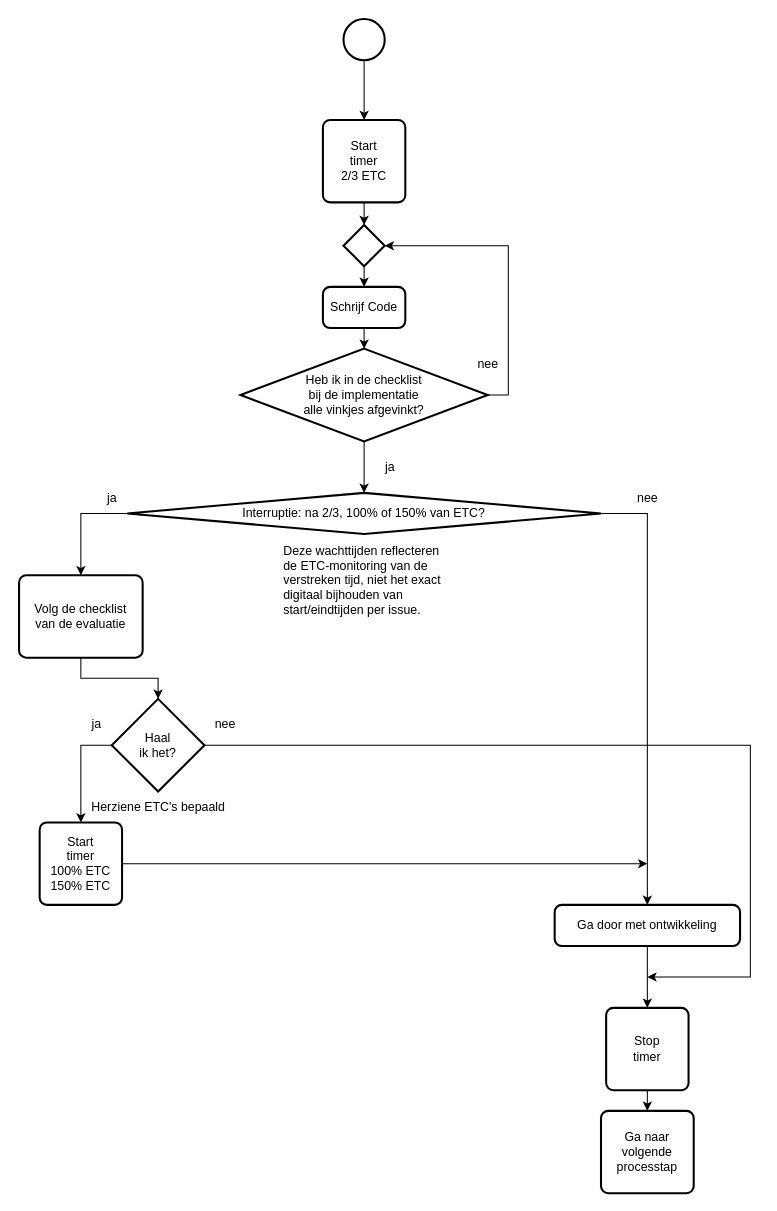
Zaibatsu89/IssueTracker keeps this draw.io diagram as 4 Issue Tracker implementatie.drawio. Above is the earlier version. Source tidied: cells renumbered, new cells numbered last; positions are measured from the earlier drawing's top-left corner, leaving out a move shared by most shapes. Both pictures are drawn from the tidied source at 103%, with x=0, y=0 at pixel (19, 19).
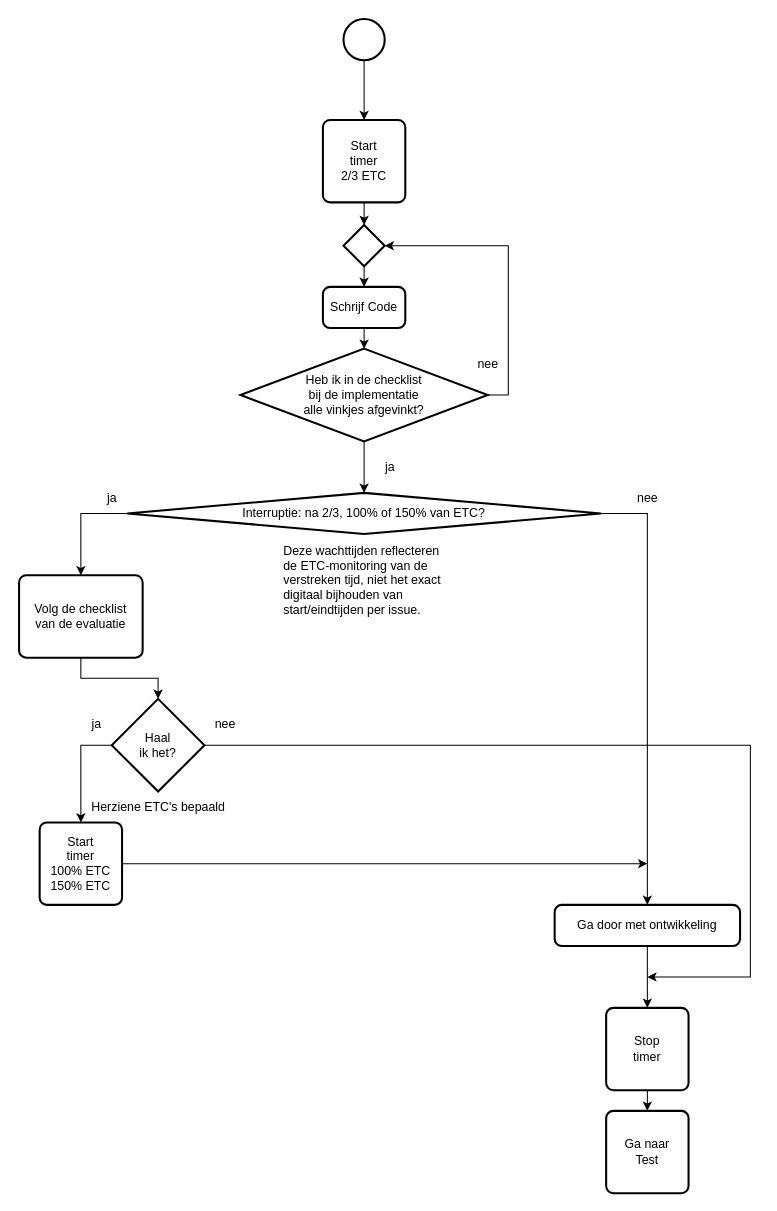
After the change.

Commit message (it also covers changes not shown here):
Vervang "Ga naar volgende processtap" door "Ga naar {naam van volgende processtap}" in flowcharts

What changed in the source:
```diff
@@
-    <mxCell id="20" value="Ga naar&lt;br&gt;volgende&lt;br&gt;processtap" style="rounded=1;whiteSpace=wrap;html=1;absoluteArcSize=1;arcSize=14;strokeWidth=2;" parent="1" vertex="1">
-      <mxGeometry x="565" y="1060" width="90" height="80" as="geometry" />
+    <mxCell id="20" value="Ga naar&lt;br&gt;Test" style="rounded=1;whiteSpace=wrap;html=1;absoluteArcSize=1;arcSize=14;strokeWidth=2;" parent="1" vertex="1">
+      <mxGeometry x="570" y="1060" width="80" height="80" as="geometry" />
     </mxCell>
```
